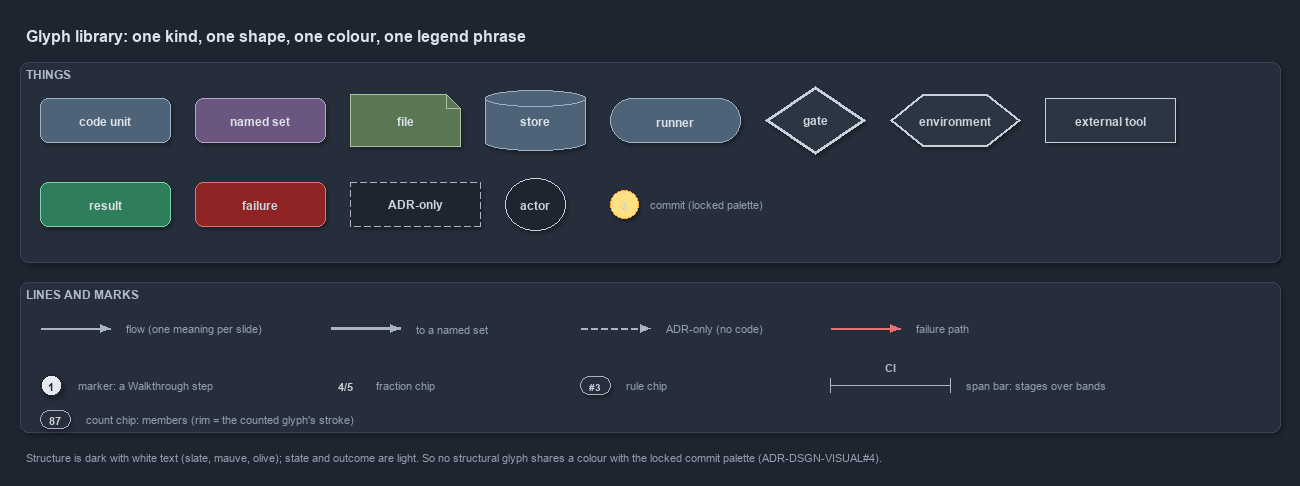
Earlier version of the draw.io export docs/explanation/.assets/glyphs/diagram.drawio.png (casperease/catzc). Source tidied: cells renumbered, new cells last; positions are measured from the earlier drawing's top-left corner, leaving out a move shared by most shapes. The source it was exported from:
```xml
<mxGraphModel background="#1E2430" shadow="1">
  <root>
    <mxCell id="0" />
    <mxCell id="1" parent="0" />
    <mxCell id="2" value="Glyph library: one kind, one shape, one colour, one legend phrase" style="text;html=1;align=left;verticalAlign=middle;fontSize=16;fontStyle=1;fontColor=#DDE2E9;" parent="1" vertex="1">
      <mxGeometry width="1260" height="30" as="geometry" />
    </mxCell>
    <mxCell id="3" value="THINGS" style="rounded=1;html=1;arcSize=3;fillColor=#262E3B;strokeColor=#3A4555;verticalAlign=top;align=left;spacingLeft=8;fontStyle=1;fontSize=12;fontColor=#B0BAC7;" parent="1" vertex="1">
      <mxGeometry y="42" width="1260" height="200" as="geometry" />
    </mxCell>
    <mxCell id="4" value="&lt;b&gt;code unit&lt;/b&gt;" style="rounded=1;whiteSpace=wrap;html=1;arcSize=20;fillColor=#4E6378;strokeColor=#9FB3C8;fontColor=#DDE2E9;fontSize=12;" parent="1" vertex="1">
      <mxGeometry x="20" y="78" width="130" height="44" as="geometry" />
    </mxCell>
    <mxCell id="5" value="&lt;b&gt;named set&lt;/b&gt;" style="rounded=1;whiteSpace=wrap;html=1;arcSize=20;fillColor=#6A567E;strokeColor=#B9A6CC;fontColor=#DDE2E9;fontSize=12;" parent="1" vertex="1">
      <mxGeometry x="175" y="78" width="130" height="44" as="geometry" />
    </mxCell>
    <mxCell id="6" value="&lt;b&gt;file&lt;/b&gt;" style="shape=note;size=14;whiteSpace=wrap;html=1;fillColor=#5B7653;strokeColor=#A9C29F;fontColor=#DDE2E9;fontSize=12;" parent="1" vertex="1">
      <mxGeometry x="330" y="74" width="110" height="52" as="geometry" />
    </mxCell>
    <mxCell id="7" value="&lt;b&gt;store&lt;/b&gt;" style="shape=cylinder3;boundedLbl=1;backgroundOutline=1;size=8;whiteSpace=wrap;html=1;fillColor=#4E6378;strokeColor=#9FB3C8;fontColor=#DDE2E9;fontSize=12;" parent="1" vertex="1">
      <mxGeometry x="465" y="70" width="100" height="60" as="geometry" />
    </mxCell>
    <mxCell id="8" value="&lt;b&gt;runner&lt;/b&gt;" style="rounded=1;arcSize=50;whiteSpace=wrap;html=1;fillColor=#4E6378;strokeColor=#9FB3C8;fontColor=#DDE2E9;fontSize=12;" parent="1" vertex="1">
      <mxGeometry x="590" y="78" width="130" height="44" as="geometry" />
    </mxCell>
    <mxCell id="9" value="&lt;b&gt;gate&lt;/b&gt;" style="rhombus;whiteSpace=wrap;html=1;fillColor=#2C3542;strokeColor=#C7D0DB;strokeWidth=3;fontSize=12;fontColor=#CDD3DC;" parent="1" vertex="1">
      <mxGeometry x="745" y="66" width="100" height="68" as="geometry" />
    </mxCell>
    <mxCell id="10" value="&lt;b&gt;environment&lt;/b&gt;" style="shape=hexagon;perimeter=hexagonPerimeter2;whiteSpace=wrap;html=1;fillColor=#2C3542;strokeColor=#C7D0DB;strokeWidth=2;fontColor=#CDD3DC;fontSize=12;" parent="1" vertex="1">
      <mxGeometry x="870" y="74" width="130" height="52" as="geometry" />
    </mxCell>
    <mxCell id="11" value="&lt;b&gt;external tool&lt;/b&gt;" style="rounded=0;whiteSpace=wrap;html=1;fillColor=#2C3542;strokeColor=#C7D0DB;fontSize=12;fontColor=#CDD3DC;" parent="1" vertex="1">
      <mxGeometry x="1025" y="78" width="130" height="44" as="geometry" />
    </mxCell>
    <mxCell id="12" value="&lt;b&gt;result&lt;/b&gt;" style="rounded=1;whiteSpace=wrap;html=1;arcSize=20;fillColor=#2E7D5B;strokeColor=#7FD3AE;fontColor=#DDE2E9;fontSize=12;" parent="1" vertex="1">
      <mxGeometry x="20" y="162" width="130" height="44" as="geometry" />
    </mxCell>
    <mxCell id="13" value="&lt;b&gt;failure&lt;/b&gt;" style="rounded=1;whiteSpace=wrap;html=1;arcSize=20;fillColor=#8E2424;strokeColor=#E57373;fontSize=12;" parent="1" vertex="1">
      <mxGeometry x="175" y="162" width="130" height="44" as="geometry" />
    </mxCell>
    <mxCell id="14" value="&lt;b&gt;ADR-only&lt;/b&gt;" style="rounded=1;whiteSpace=wrap;html=1;arcSize=20;fillColor=#1E2430;strokeColor=#AAB4C3;dashed=1;fontSize=12;" parent="1" vertex="1">
      <mxGeometry x="330" y="162" width="130" height="44" as="geometry" />
    </mxCell>
    <mxCell id="15" value="&lt;b&gt;actor&lt;/b&gt;" style="ellipse;whiteSpace=wrap;html=1;fillColor=#1E2430;strokeColor=#C7D0DB;fontSize=12;fontColor=#CDD3DC;" parent="1" vertex="1">
      <mxGeometry x="485" y="158" width="60" height="52" as="geometry" />
    </mxCell>
    <mxCell id="16" value="3" style="ellipse;html=1;fillColor=#FFE082;strokeColor=#F9A825;strokeWidth=1.5;fontStyle=1;fontSize=11;fontColor=#CDD3DC;" parent="1" vertex="1">
      <mxGeometry x="590" y="170" width="28" height="28" as="geometry" />
    </mxCell>
    <mxCell id="17" value="commit (locked palette)" style="text;html=1;align=left;verticalAlign=middle;fontSize=11;fontColor=#949FAE;" parent="1" vertex="1">
      <mxGeometry x="624" y="174" width="150" height="20" as="geometry" />
    </mxCell>
    <mxCell id="18" value="LINES AND MARKS" style="rounded=1;html=1;arcSize=3;fillColor=#262E3B;strokeColor=#3A4555;verticalAlign=top;align=left;spacingLeft=8;fontStyle=1;fontSize=12;fontColor=#B0BAC7;" parent="1" vertex="1">
      <mxGeometry y="262" width="1260" height="150" as="geometry" />
    </mxCell>
    <mxCell id="19" style="text;html=1;strokeColor=none;fillColor=none;" parent="1" vertex="1">
      <mxGeometry x="20" y="308" width="1" height="1" as="geometry" />
    </mxCell>
    <mxCell id="20" style="text;html=1;strokeColor=none;fillColor=none;" parent="1" vertex="1">
      <mxGeometry x="90" y="308" width="1" height="1" as="geometry" />
    </mxCell>
    <mxCell id="21" style="edgeStyle=orthogonalEdgeStyle;rounded=1;html=1;endArrow=block;strokeColor=#AAB4C3;fontColor=#CDD3DC;shadow=0;" parent="1" edge="1" source="19" target="20">
      <mxGeometry relative="1" as="geometry" />
    </mxCell>
    <mxCell id="22" value="flow (one meaning per slide)" style="text;html=1;align=left;verticalAlign=middle;fontSize=11;fontColor=#949FAE;" parent="1" vertex="1">
      <mxGeometry x="100" y="298" width="180" height="20" as="geometry" />
    </mxCell>
    <mxCell id="23" style="text;html=1;strokeColor=none;fillColor=none;" parent="1" vertex="1">
      <mxGeometry x="310" y="308" width="1" height="1" as="geometry" />
    </mxCell>
    <mxCell id="24" style="text;html=1;strokeColor=none;fillColor=none;" parent="1" vertex="1">
      <mxGeometry x="380" y="308" width="1" height="1" as="geometry" />
    </mxCell>
    <mxCell id="25" style="edgeStyle=orthogonalEdgeStyle;rounded=1;html=1;endArrow=block;strokeColor=#AAB4C3;strokeWidth=2.5;fontColor=#CDD3DC;shadow=0;" parent="1" edge="1" source="23" target="24">
      <mxGeometry relative="1" as="geometry" />
    </mxCell>
    <mxCell id="26" value="to a named set" style="text;html=1;align=left;verticalAlign=middle;fontSize=11;fontColor=#949FAE;" parent="1" vertex="1">
      <mxGeometry x="390" y="298" width="150" height="20" as="geometry" />
    </mxCell>
    <mxCell id="27" style="text;html=1;strokeColor=none;fillColor=none;" parent="1" vertex="1">
      <mxGeometry x="560" y="308" width="1" height="1" as="geometry" />
    </mxCell>
    <mxCell id="28" style="text;html=1;strokeColor=none;fillColor=none;" parent="1" vertex="1">
      <mxGeometry x="630" y="308" width="1" height="1" as="geometry" />
    </mxCell>
    <mxCell id="29" style="edgeStyle=orthogonalEdgeStyle;rounded=1;html=1;endArrow=block;strokeColor=#AAB4C3;dashed=1;fontColor=#CDD3DC;shadow=0;" parent="1" edge="1" source="27" target="28">
      <mxGeometry relative="1" as="geometry" />
    </mxCell>
    <mxCell id="30" value="ADR-only (no code)" style="text;html=1;align=left;verticalAlign=middle;fontSize=11;fontColor=#949FAE;" parent="1" vertex="1">
      <mxGeometry x="640" y="298" width="150" height="20" as="geometry" />
    </mxCell>
    <mxCell id="31" style="text;html=1;strokeColor=none;fillColor=none;" parent="1" vertex="1">
      <mxGeometry x="810" y="308" width="1" height="1" as="geometry" />
    </mxCell>
    <mxCell id="32" style="text;html=1;strokeColor=none;fillColor=none;" parent="1" vertex="1">
      <mxGeometry x="880" y="308" width="1" height="1" as="geometry" />
    </mxCell>
    <mxCell id="33" style="edgeStyle=orthogonalEdgeStyle;rounded=1;html=1;endArrow=block;strokeColor=#E57373;fontColor=#CDD3DC;shadow=0;" parent="1" edge="1" source="31" target="32">
      <mxGeometry relative="1" as="geometry" />
    </mxCell>
    <mxCell id="34" value="failure path" style="text;html=1;align=left;verticalAlign=middle;fontSize=11;fontColor=#949FAE;" parent="1" vertex="1">
      <mxGeometry x="890" y="298" width="150" height="20" as="geometry" />
    </mxCell>
    <mxCell id="35" value="1" style="ellipse;html=1;fillColor=#E6EAF0;strokeColor=#1E2430;strokeWidth=2;fontColor=#1E2430;fontStyle=1;fontSize=11;" parent="1" vertex="1">
      <mxGeometry x="20" y="354" width="22" height="22" as="geometry" />
    </mxCell>
    <mxCell id="36" value="marker: a Walkthrough step" style="text;html=1;align=left;verticalAlign=middle;fontSize=11;fontColor=#949FAE;" parent="1" vertex="1">
      <mxGeometry x="52" y="355" width="180" height="20" as="geometry" />
    </mxCell>
    <mxCell id="37" value="&lt;b&gt;4/5&lt;/b&gt;" style="text;html=1;align=center;verticalAlign=middle;fontSize=11;fontColor=#CDD3DC;fillColor=#262E3B;strokeColor=none;" parent="1" vertex="1">
      <mxGeometry x="310" y="356" width="30" height="18" as="geometry" />
    </mxCell>
    <mxCell id="38" value="fraction chip" style="text;html=1;align=left;verticalAlign=middle;fontSize=11;fontColor=#949FAE;" parent="1" vertex="1">
      <mxGeometry x="350" y="355" width="150" height="20" as="geometry" />
    </mxCell>
    <mxCell id="39" value="#3" style="rounded=1;arcSize=50;whiteSpace=wrap;html=1;fillColor=#262E3B;strokeColor=#AAB4C3;fontColor=#CDD3DC;fontStyle=1;fontSize=10.5;" parent="1" vertex="1">
      <mxGeometry x="560" y="356" width="30" height="18" as="geometry" />
    </mxCell>
    <mxCell id="40" value="rule chip" style="text;html=1;align=left;verticalAlign=middle;fontSize=11;fontColor=#949FAE;" parent="1" vertex="1">
      <mxGeometry x="600" y="355" width="150" height="20" as="geometry" />
    </mxCell>
    <mxCell id="41" style="shape=crossbar;whiteSpace=wrap;html=1;rounded=1;fillColor=none;strokeColor=#AAB4C3;strokeWidth=1.5;" parent="1" vertex="1">
      <mxGeometry x="810" y="358" width="120" height="14" as="geometry" />
    </mxCell>
    <mxCell id="42" value="CI" style="text;html=1;align=center;verticalAlign=middle;fontSize=11;fontStyle=1;fontColor=#B0BAC7;labelBackgroundColor=#262E3B;" parent="1" vertex="1">
      <mxGeometry x="855" y="338" width="30" height="16" as="geometry" />
    </mxCell>
    <mxCell id="43" value="span bar: stages over bands" style="text;html=1;align=left;verticalAlign=middle;fontSize=11;fontColor=#949FAE;" parent="1" vertex="1">
      <mxGeometry x="940" y="355" width="200" height="20" as="geometry" />
    </mxCell>
    <mxCell id="44" value="87" style="rounded=1;arcSize=50;whiteSpace=wrap;html=1;fillColor=#262E3B;strokeColor=#B9A6CC;fontColor=#CDD3DC;fontStyle=1;fontSize=11;" parent="1" vertex="1">
      <mxGeometry x="20" y="390" width="30" height="18" as="geometry" />
    </mxCell>
    <mxCell id="45" value="count chip: members (rim = the counted glyph's stroke)" style="text;html=1;align=left;verticalAlign=middle;fontSize=11;fontColor=#949FAE;" parent="1" vertex="1">
      <mxGeometry x="60" y="389" width="340" height="20" as="geometry" />
    </mxCell>
    <mxCell id="46" value="Structure is dark with white text (slate, mauve, olive); state and outcome are light. So no structural glyph shares a colour with the locked commit palette (ADR-DSGN-VISUAL#4)." style="text;html=1;whiteSpace=wrap;align=left;verticalAlign=top;fontSize=11;fontColor=#949FAE;" parent="1" vertex="1">
      <mxGeometry y="426" width="1260" height="20" as="geometry" />
    </mxCell>
  </root>
</mxGraphModel>
```
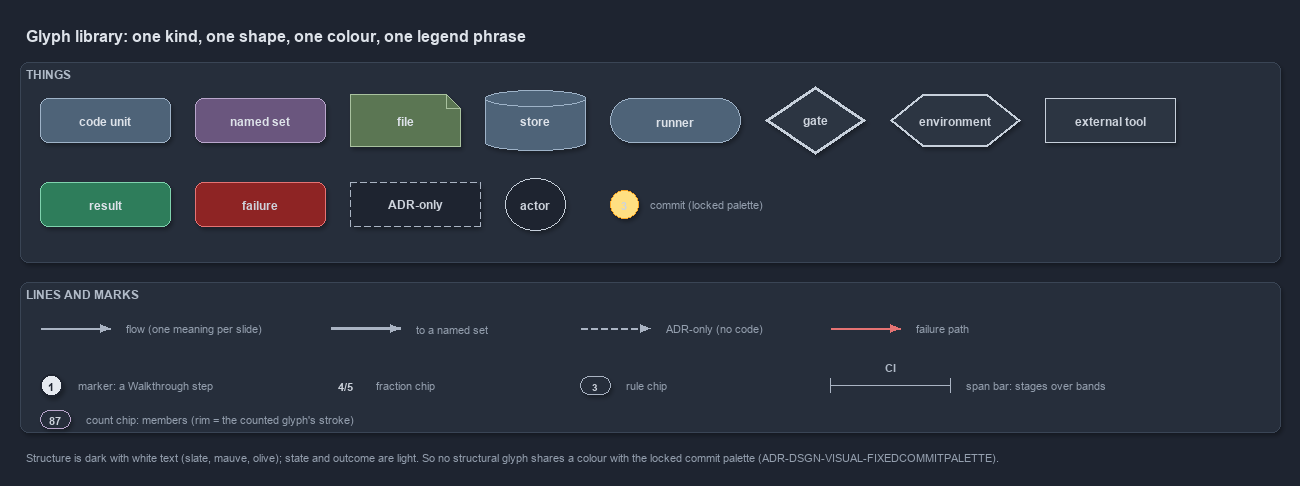
Later version of the same file.

Diff of the diagram source:
```diff
@@ -113,7 +113,7 @@
     <mxCell id="38" value="fraction chip" style="text;html=1;align=left;verticalAlign=middle;fontSize=11;fontColor=#949FAE;" parent="1" vertex="1">
       <mxGeometry x="350" y="355" width="150" height="20" as="geometry" />
     </mxCell>
-    <mxCell id="39" value="#3" style="rounded=1;arcSize=50;whiteSpace=wrap;html=1;fillColor=#262E3B;strokeColor=#AAB4C3;fontColor=#CDD3DC;fontStyle=1;fontSize=10.5;" parent="1" vertex="1">
+    <mxCell id="39" value="3" style="rounded=1;arcSize=50;whiteSpace=wrap;html=1;fillColor=#262E3B;strokeColor=#AAB4C3;fontColor=#CDD3DC;fontStyle=1;fontSize=10.5;" parent="1" vertex="1">
       <mxGeometry x="560" y="356" width="30" height="18" as="geometry" />
     </mxCell>
     <mxCell id="40" value="rule chip" style="text;html=1;align=left;verticalAlign=middle;fontSize=11;fontColor=#949FAE;" parent="1" vertex="1">
@@ -134,7 +134,7 @@
     <mxCell id="45" value="count chip: members (rim = the counted glyph's stroke)" style="text;html=1;align=left;verticalAlign=middle;fontSize=11;fontColor=#949FAE;" parent="1" vertex="1">
       <mxGeometry x="60" y="389" width="340" height="20" as="geometry" />
     </mxCell>
-    <mxCell id="46" value="Structure is dark with white text (slate, mauve, olive); state and outcome are light. So no structural glyph shares a colour with the locked commit palette (ADR-DSGN-VISUAL#4)." style="text;html=1;whiteSpace=wrap;align=left;verticalAlign=top;fontSize=11;fontColor=#949FAE;" parent="1" vertex="1">
+    <mxCell id="46" value="Structure is dark with white text (slate, mauve, olive); state and outcome are light. So no structural glyph shares a colour with the locked commit palette (ADR-DSGN-VISUAL-FIXEDCOMMITPALETTE)." style="text;html=1;whiteSpace=wrap;align=left;verticalAlign=top;fontSize=11;fontColor=#949FAE;" parent="1" vertex="1">
       <mxGeometry y="426" width="1260" height="20" as="geometry" />
     </mxCell>
   </root>
```
